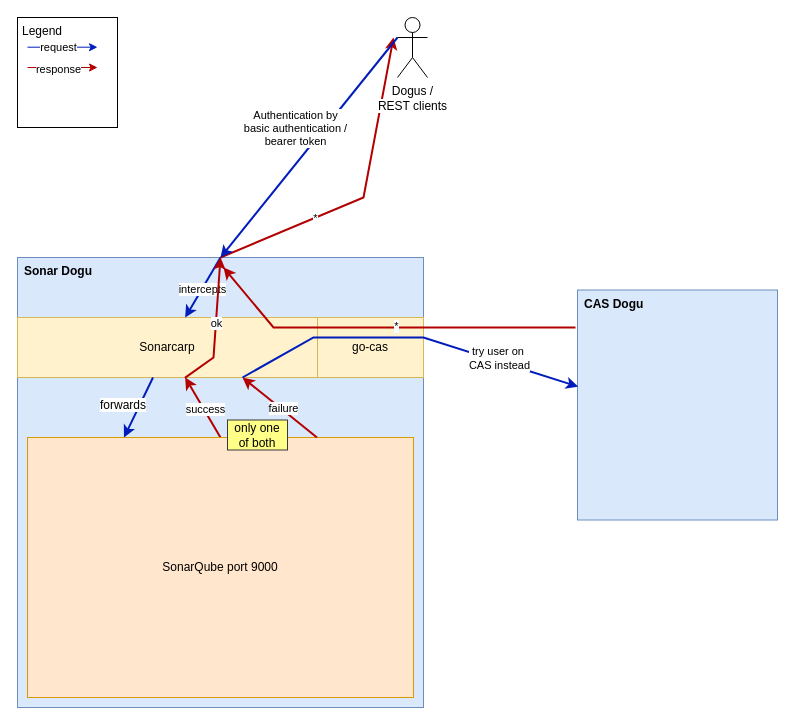
cloudogu/sonar keeps this draw.io diagram as docs/development/images/sonarcarp_and_sonarqube_local_users.drawio. Above is the earlier version. Source tidied: cells renumbered, new cells numbered last; positions are measured from the earlier drawing's top-left corner, leaving out a move shared by most shapes. Both pictures are drawn from the tidied source at 100%, with x=0, y=0 at pixel (17, 17).
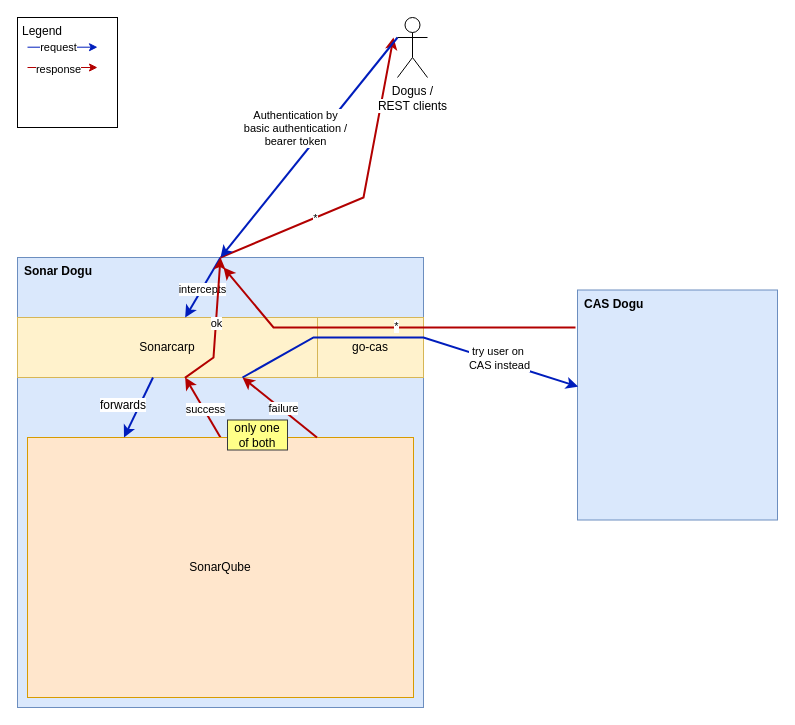
After the change.

Change to the diagram source:
```diff
@@
-    <mxCell id="6" value="&lt;div&gt;SonarQube port 9000&lt;/div&gt;" style="rounded=0;whiteSpace=wrap;html=1;fillColor=#ffe6cc;strokeColor=#d79b00;" parent="1" vertex="1">
+    <mxCell id="6" value="&lt;div&gt;SonarQube&lt;/div&gt;" style="rounded=0;whiteSpace=wrap;html=1;fillColor=#ffe6cc;strokeColor=#d79b00;" parent="1" vertex="1">
       <mxGeometry x="10" y="420" width="386" height="260" as="geometry" />
     </mxCell>
```
